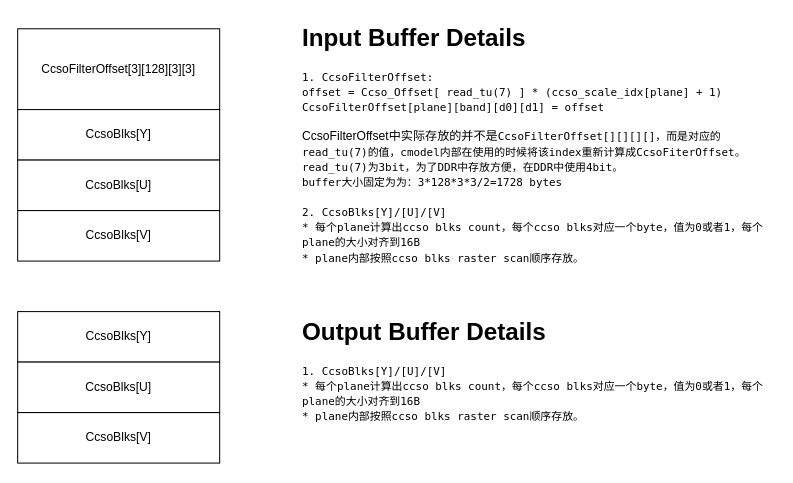
Before: av2_input_buffers.drawio in chenmin82/diagrams, a draw.io diagram. Source tidied: cells renumbered, new cells numbered last; positions are measured from the earlier drawing's top-left corner, leaving out a move shared by most shapes. Both pictures are drawn from the tidied source at 101%, with x=0, y=0 at pixel (17, 17).
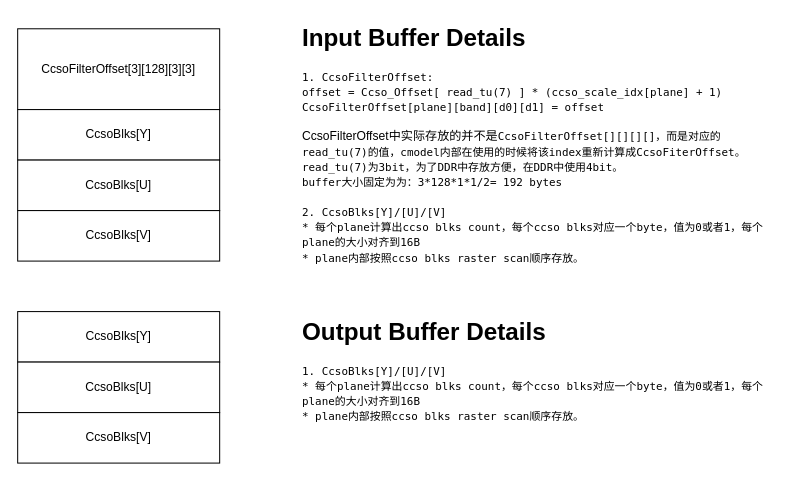
The same diagram, later.

Commit message:
av2 ccso input buffer CcsoFilterOffset update.

Diff of the diagram source:
```diff
@@
 <mxGraphModel>
   <root>
     <mxCell id="0" />
     <mxCell id="1" parent="0" />
     <mxCell id="2" value="CcsoFilterOffset[3][128][3][3]" style="rounded=0;whiteSpace=wrap;html=1;" parent="1" vertex="1">
       <mxGeometry y="11" width="200" height="80" as="geometry" />
     </mxCell>
     <mxCell id="3" value="CcsoBlks[Y]" style="rounded=0;whiteSpace=wrap;html=1;" parent="1" vertex="1">
       <mxGeometry y="91" width="200" height="50" as="geometry" />
     </mxCell>
     <mxCell id="4" value="CcsoBlks[U]" style="rounded=0;whiteSpace=wrap;html=1;" parent="1" vertex="1">
       <mxGeometry y="141" width="200" height="50" as="geometry" />
     </mxCell>
     <mxCell id="5" value="&lt;div&gt;CcsoBlks[V]&lt;br&gt;&lt;/div&gt;" style="rounded=0;whiteSpace=wrap;html=1;" parent="1" vertex="1">
       <mxGeometry y="191" width="200" height="50" as="geometry" />
     </mxCell>
-    <mxCell id="6" value="&lt;h1 style=&quot;margin-top: 0px;&quot;&gt;Input Buffer Details&lt;/h1&gt;&lt;div&gt;&lt;span style=&quot;font-family: Menlo, Consolas, &amp;quot;DejaVu Sans Mono&amp;quot;, Monaco, monospace; font-size: 0.9em; orphans: 3; widows: 3; grid-column: 2 / auto;&quot; class=&quot;line&quot;&gt;1. CcsoFilterOffset:&lt;br&gt;offset = Ccso_Offset[ read_tu(7) ] * (ccso_scale_idx[plane] + 1)&lt;/span&gt;&lt;span style=&quot;font-family: Menlo, Consolas, &amp;quot;DejaVu Sans Mono&amp;quot;, Monaco, monospace; font-size: 0.9em; orphans: 3; widows: 3; grid-column: 1 / auto; color: gray;&quot; class=&quot;line-no&quot;&gt;&lt;/span&gt;&lt;span style=&quot;font-family: Menlo, Consolas, &amp;quot;DejaVu Sans Mono&amp;quot;, Monaco, monospace; font-size: 0.9em; orphans: 3; widows: 3; grid-column: 2 / auto; background: var(--highlight-hover-bg);&quot; class=&quot;line&quot;&gt;                        CcsoFilterOffset[plane][band][d0][d1] = offset&lt;/span&gt;&lt;/div&gt;&lt;div&gt;&lt;br&gt;&lt;/div&gt;&lt;div&gt;CcsoFilterOffset中实际存放的并不是&lt;span style=&quot;font-family: Menlo, Consolas, &amp;quot;DejaVu Sans Mono&amp;quot;, Monaco, monospace; font-size: 10.8px; orphans: 3; widows: 3; background-color: transparent;&quot;&gt;CcsoFilterOffset[][][][]，而是对应的&lt;/span&gt;&lt;span style=&quot;background-color: transparent; font-size: 10.8px; font-family: Menlo, Consolas, &amp;quot;DejaVu Sans Mono&amp;quot;, Monaco, monospace; orphans: 3; widows: 3;&quot;&gt;read_tu(7)的值，cmodel内部在使用的时候将该index重新计算成CcsoFiterOffset。read_tu(7)为3bit，为了DDR中存放方便，在DDR中使用4bit。&lt;/span&gt;&lt;/div&gt;&lt;div style=&quot;orphans: 3; widows: 3;&quot;&gt;&lt;font face=&quot;Menlo, Consolas, DejaVu Sans Mono, Monaco, monospace&quot;&gt;&lt;span style=&quot;font-size: 10.8px;&quot;&gt;buffer大小固定为为：3*128*3*3/2=1728 bytes&lt;/span&gt;&lt;/font&gt;&lt;/div&gt;&lt;div style=&quot;orphans: 3; widows: 3;&quot;&gt;&lt;font face=&quot;Menlo, Consolas, DejaVu Sans Mono, Monaco, monospace&quot;&gt;&lt;span style=&quot;font-size: 10.8px;&quot;&gt;&lt;br&gt;&lt;/span&gt;&lt;/font&gt;&lt;/div&gt;&lt;div style=&quot;orphans: 3; widows: 3;&quot;&gt;&lt;font face=&quot;Menlo, Consolas, DejaVu Sans Mono, Monaco, monospace&quot;&gt;&lt;span style=&quot;font-size: 10.8px;&quot;&gt;2. CcsoBlks[Y]/[U]/[V]&lt;/span&gt;&lt;/font&gt;&lt;/div&gt;&lt;div style=&quot;orphans: 3; widows: 3;&quot;&gt;&lt;font face=&quot;Menlo, Consolas, DejaVu Sans Mono, Monaco, monospace&quot;&gt;&lt;span style=&quot;font-size: 10.8px;&quot;&gt;* 每个plane计算出ccso blks count，每个&lt;/span&gt;&lt;/font&gt;&lt;span style=&quot;font-family: Menlo, Consolas, &amp;quot;DejaVu Sans Mono&amp;quot;, Monaco, monospace; font-size: 10.8px;&quot;&gt;ccso blks&lt;/span&gt;&lt;font face=&quot;Menlo, Consolas, DejaVu Sans Mono, Monaco, monospace&quot;&gt;&lt;span style=&quot;font-size: 10.8px;&quot;&gt;对应一个byte，值为0或者1，每个plane的大小对齐到16B&lt;/span&gt;&lt;/font&gt;&lt;/div&gt;&lt;div style=&quot;orphans: 3; widows: 3;&quot;&gt;&lt;font face=&quot;Menlo, Consolas, DejaVu Sans Mono, Monaco, monospace&quot;&gt;&lt;span style=&quot;font-size: 10.8px;&quot;&gt;* plane内部按照ccso blks raster scan顺序存放。&lt;/span&gt;&lt;/font&gt;&lt;/div&gt;" style="text;html=1;whiteSpace=wrap;overflow=hidden;rounded=0;" parent="1" vertex="1">
+    <mxCell id="6" value="&lt;h1 style=&quot;margin-top: 0px;&quot;&gt;Input Buffer Details&lt;/h1&gt;&lt;div&gt;&lt;span style=&quot;font-family: Menlo, Consolas, &amp;quot;DejaVu Sans Mono&amp;quot;, Monaco, monospace; font-size: 0.9em; orphans: 3; widows: 3; grid-column: 2 / auto;&quot; class=&quot;line&quot;&gt;1. CcsoFilterOffset:&lt;br&gt;offset = Ccso_Offset[ read_tu(7) ] * (ccso_scale_idx[plane] + 1)&lt;/span&gt;&lt;span style=&quot;font-family: Menlo, Consolas, &amp;quot;DejaVu Sans Mono&amp;quot;, Monaco, monospace; font-size: 0.9em; orphans: 3; widows: 3; grid-column: 1 / auto; color: gray;&quot; class=&quot;line-no&quot;&gt;&lt;/span&gt;&lt;span style=&quot;font-family: Menlo, Consolas, &amp;quot;DejaVu Sans Mono&amp;quot;, Monaco, monospace; font-size: 0.9em; orphans: 3; widows: 3; grid-column: 2 / auto; background: var(--highlight-hover-bg);&quot; class=&quot;line&quot;&gt;                        CcsoFilterOffset[plane][band][d0][d1] = offset&lt;/span&gt;&lt;/div&gt;&lt;div&gt;&lt;br&gt;&lt;/div&gt;&lt;div&gt;CcsoFilterOffset中实际存放的并不是&lt;span style=&quot;font-family: Menlo, Consolas, &amp;quot;DejaVu Sans Mono&amp;quot;, Monaco, monospace; font-size: 10.8px; orphans: 3; widows: 3; background-color: transparent;&quot;&gt;CcsoFilterOffset[][][][]，而是对应的&lt;/span&gt;&lt;span style=&quot;background-color: transparent; font-size: 10.8px; font-family: Menlo, Consolas, &amp;quot;DejaVu Sans Mono&amp;quot;, Monaco, monospace; orphans: 3; widows: 3;&quot;&gt;read_tu(7)的值，cmodel内部在使用的时候将该index重新计算成CcsoFiterOffset。read_tu(7)为3bit，为了DDR中存放方便，在DDR中使用4bit。&lt;/span&gt;&lt;/div&gt;&lt;div style=&quot;orphans: 3; widows: 3;&quot;&gt;&lt;font face=&quot;Menlo, Consolas, DejaVu Sans Mono, Monaco, monospace&quot;&gt;&lt;span style=&quot;font-size: 10.8px;&quot;&gt;buffer大小固定为为：3*128*1*1/2= 192 bytes&lt;/span&gt;&lt;/font&gt;&lt;/div&gt;&lt;div style=&quot;orphans: 3; widows: 3;&quot;&gt;&lt;font face=&quot;Menlo, Consolas, DejaVu Sans Mono, Monaco, monospace&quot;&gt;&lt;span style=&quot;font-size: 10.8px;&quot;&gt;&lt;br&gt;&lt;/span&gt;&lt;/font&gt;&lt;/div&gt;&lt;div style=&quot;orphans: 3; widows: 3;&quot;&gt;&lt;font face=&quot;Menlo, Consolas, DejaVu Sans Mono, Monaco, monospace&quot;&gt;&lt;span style=&quot;font-size: 10.8px;&quot;&gt;2. CcsoBlks[Y]/[U]/[V]&lt;/span&gt;&lt;/font&gt;&lt;/div&gt;&lt;div style=&quot;orphans: 3; widows: 3;&quot;&gt;&lt;font face=&quot;Menlo, Consolas, DejaVu Sans Mono, Monaco, monospace&quot;&gt;&lt;span style=&quot;font-size: 10.8px;&quot;&gt;* 每个plane计算出ccso blks count，每个&lt;/span&gt;&lt;/font&gt;&lt;span style=&quot;font-family: Menlo, Consolas, &amp;quot;DejaVu Sans Mono&amp;quot;, Monaco, monospace; font-size: 10.8px;&quot;&gt;ccso blks&lt;/span&gt;&lt;font face=&quot;Menlo, Consolas, DejaVu Sans Mono, Monaco, monospace&quot;&gt;&lt;span style=&quot;font-size: 10.8px;&quot;&gt;对应一个byte，值为0或者1，每个plane的大小对齐到16B&lt;/span&gt;&lt;/font&gt;&lt;/div&gt;&lt;div style=&quot;orphans: 3; widows: 3;&quot;&gt;&lt;font face=&quot;Menlo, Consolas, DejaVu Sans Mono, Monaco, monospace&quot;&gt;&lt;span style=&quot;font-size: 10.8px;&quot;&gt;* plane内部按照ccso blks raster scan顺序存放。&lt;/span&gt;&lt;/font&gt;&lt;/div&gt;" style="text;html=1;whiteSpace=wrap;overflow=hidden;rounded=0;" parent="1" vertex="1">
       <mxGeometry x="280" width="470" height="251" as="geometry" />
     </mxCell>
     <mxCell id="7" value="CcsoBlks[Y]" style="rounded=0;whiteSpace=wrap;html=1;" parent="1" vertex="1">
       <mxGeometry y="291" width="200" height="50" as="geometry" />
     </mxCell>
     <mxCell id="8" value="CcsoBlks[U]" style="rounded=0;whiteSpace=wrap;html=1;" parent="1" vertex="1">
       <mxGeometry y="341" width="200" height="50" as="geometry" />
     </mxCell>
     <mxCell id="9" value="&lt;div&gt;CcsoBlks[V]&lt;br&gt;&lt;/div&gt;" style="rounded=0;whiteSpace=wrap;html=1;" parent="1" vertex="1">
       <mxGeometry y="391" width="200" height="50" as="geometry" />
     </mxCell>
     <mxCell id="10" value="&lt;h1 style=&quot;margin-top: 0px;&quot;&gt;Output Buffer Details&lt;/h1&gt;&lt;div&gt;&lt;span style=&quot;font-size: 10.8px; font-family: Menlo, Consolas, &amp;quot;DejaVu Sans Mono&amp;quot;, Monaco, monospace; orphans: 3; widows: 3; background-color: transparent;&quot;&gt;1. CcsoBlks[Y]/[U]/[V]&lt;/span&gt;&lt;br&gt;&lt;/div&gt;&lt;div style=&quot;orphans: 3; widows: 3;&quot;&gt;&lt;font face=&quot;Menlo, Consolas, DejaVu Sans Mono, Monaco, monospace&quot;&gt;&lt;span style=&quot;font-size: 10.8px;&quot;&gt;* 每个plane计算出ccso blks count，每个&lt;/span&gt;&lt;/font&gt;&lt;span style=&quot;font-family: Menlo, Consolas, &amp;quot;DejaVu Sans Mono&amp;quot;, Monaco, monospace; font-size: 10.8px;&quot;&gt;ccso blks&lt;/span&gt;&lt;font face=&quot;Menlo, Consolas, DejaVu Sans Mono, Monaco, monospace&quot;&gt;&lt;span style=&quot;font-size: 10.8px;&quot;&gt;对应一个byte，值为0或者1，每个plane的大小对齐到16B&lt;/span&gt;&lt;/font&gt;&lt;/div&gt;&lt;div style=&quot;orphans: 3; widows: 3;&quot;&gt;&lt;font face=&quot;Menlo, Consolas, DejaVu Sans Mono, Monaco, monospace&quot;&gt;&lt;span style=&quot;font-size: 10.8px;&quot;&gt;* plane内部按照ccso blks raster scan顺序存放。&lt;/span&gt;&lt;/font&gt;&lt;/div&gt;" style="text;html=1;whiteSpace=wrap;overflow=hidden;rounded=0;" parent="1" vertex="1">
       <mxGeometry x="280" y="291" width="470" height="150" as="geometry" />
     </mxCell>
   </root>
 </mxGraphModel>
```
